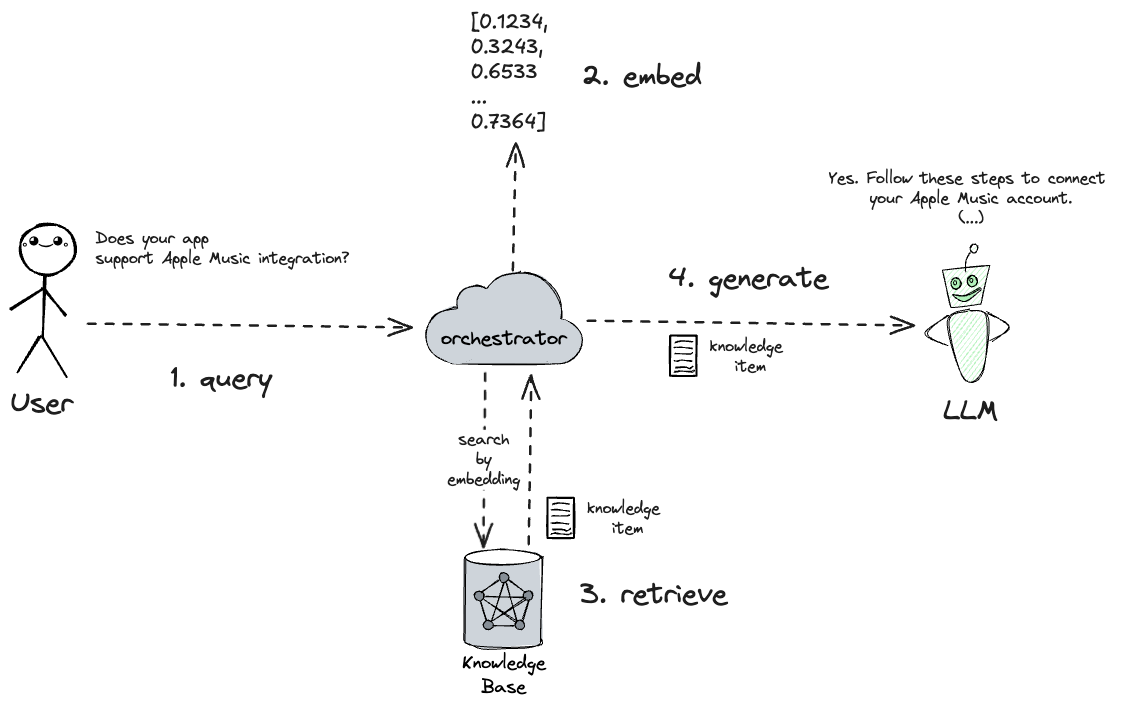
This is zurich-azure-ug-2025/graphics/rag-basic.excalidraw.png from filipw/filipw.github.io, a Excalidraw export, as it was before one commit. Source tidied: one line per element, renumbered; positions are measured from the earlier drawing's top-left corner, leaving out a move shared by most shapes.
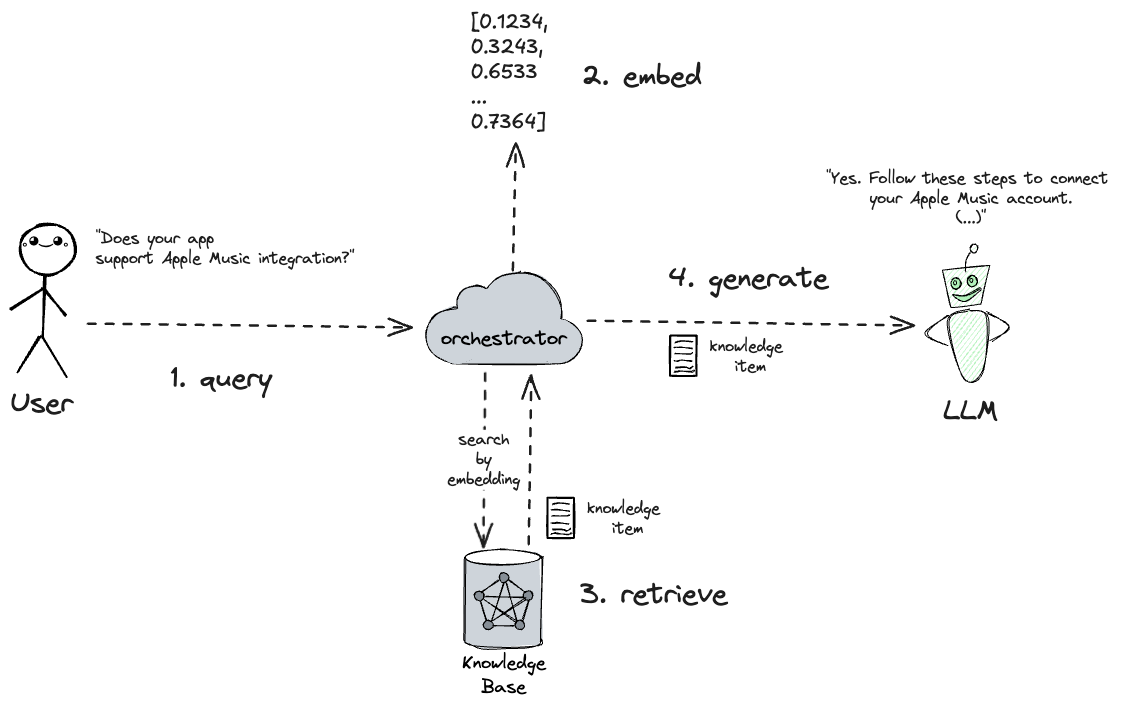
The same file after the commit.

Commit message:
more clean up in style, fixed one more slide and some diagrams

The edit, as a diff of the source:
```diff
@@ -48,7 +48,7 @@
 {"id": 47, "type": "text", "text": "｡◕‿◕｡", "strokeColor": "#000000", "strokeWidth": 1, "roughness": 1, "fontSize": 15.28, "fontFamily": 1, "x": 11, "y": 220, "width": 49, "height": 22}
 {"id": 48, "type": "text", "text": "User", "strokeColor": "#1e1e1e", "backgroundColor": "#b2f2bb", "fillStyle": "solid", "strokeWidth": 2, "roughness": 1, "fontSize": 28, "fontFamily": 1, "x": 0, "y": 376, "width": 63, "height": 35}
 {"id": 49, "type": "arrow", "strokeColor": "#1e1e1e", "backgroundColor": "#b2f2bb", "fillStyle": "solid", "strokeWidth": 2, "strokeStyle": "dashed", "roughness": 1, "endArrowhead": "arrow", "round": true, "to": 20, "x": 77, "y": 314, "width": 325, "height": 3, "points": [[0, 0], [325, 3]]}
-{"id": 50, "type": "text", "text": "Does your app\nsupport Apple Music integration?", "strokeColor": "#1e1e1e", "backgroundColor": "#b2f2bb", "fillStyle": "solid", "strokeWidth": 2, "strokeStyle": "dashed", "roughness": 1, "fontSize": 16, "fontFamily": 1, "x": 85, "y": 219, "width": 254, "height": 40}
+{"id": 50, "type": "text", "text": "\"Does your app\nsupport Apple Music integration?\"", "strokeColor": "#1e1e1e", "backgroundColor": "#b2f2bb", "fillStyle": "solid", "strokeWidth": 2, "strokeStyle": "dashed", "roughness": 1, "fontSize": 16, "fontFamily": 1, "x": 85, "y": 219, "width": 259, "height": 40}
 {"id": 51, "type": "arrow", "strokeColor": "#1e1e1e", "backgroundColor": "#b2f2bb", "fillStyle": "solid", "strokeWidth": 2, "strokeStyle": "dashed", "roughness": 1, "endArrowhead": "arrow", "round": true, "from": 27, "to": 2, "x": 474, "y": 363, "width": 1, "height": 173, "points": [[0, 0], [-1, 173]]}
 {"id": 52, "type": "text", "text": "search\nby\nembedding", "strokeColor": "#1e1e1e", "backgroundColor": "#b2f2bb", "fillStyle": "solid", "strokeWidth": 2, "strokeStyle": "dashed", "roughness": 1, "fontSize": 16, "fontFamily": 1, "textAlign": "center", "verticalAlign": "middle", "inside": 51, "x": 437, "y": 420, "width": 73, "height": 60}
 {"id": 53, "type": "arrow", "strokeColor": "#1e1e1e", "backgroundColor": "#b2f2bb", "fillStyle": "solid", "strokeWidth": 2, "strokeStyle": "dashed", "roughness": 1, "endArrowhead": "arrow", "round": true, "from": 2, "to": 24, "x": 518, "y": 534, "width": 3, "height": 169, "points": [[0, 0], [3, -169]]}
@@ -69,7 +69,7 @@
 {"id": 68, "type": "line", "strokeColor": "#000000", "backgroundColor": "#fff", "fillStyle": "solid", "strokeWidth": 1, "roughness": 1, "round": true, "x": 664, "y": 338, "width": 18, "height": 1, "points": [[0, 0], [7, 0], [18, 1]]}
 {"id": 69, "type": "line", "strokeColor": "#000000", "backgroundColor": "#fff", "fillStyle": "solid", "strokeWidth": 1, "roughness": 1, "round": true, "x": 664, "y": 351, "width": 18, "height": 1, "points": [[0, 0], [3, 1], [7, 0], [18, 1]]}
 {"id": 70, "type": "text", "text": "knowledge \nitem", "strokeColor": "#1e1e1e", "backgroundColor": "#b2f2bb", "fillStyle": "solid", "strokeWidth": 2, "strokeStyle": "dashed", "roughness": 1, "fontSize": 16, "fontFamily": 1, "textAlign": "center", "x": 700, "y": 326, "width": 81, "height": 40}
-{"id": 71, "type": "text", "text": "Yes. Follow these steps to connect \nyour Apple Music account.\n(...)", "strokeColor": "#1e1e1e", "backgroundColor": "#b2f2bb", "fillStyle": "solid", "strokeWidth": 2, "strokeStyle": "dashed", "roughness": 1, "fontSize": 16, "fontFamily": 1, "textAlign": "center", "x": 818, "y": 159, "width": 285, "height": 60}
+{"id": 71, "type": "text", "text": "\"Yes. Follow these steps to connect \nyour Apple Music account.\n(...)\"", "strokeColor": "#1e1e1e", "backgroundColor": "#b2f2bb", "fillStyle": "solid", "strokeWidth": 2, "strokeStyle": "dashed", "roughness": 1, "fontSize": 16, "fontFamily": 1, "textAlign": "center", "x": 816, "y": 159, "width": 290, "height": 60}
 {"id": 72, "type": "text", "text": "1. query", "strokeColor": "#1e1e1e", "strokeWidth": 2, "roughness": 1, "fontSize": 28, "fontFamily": 1, "x": 161, "y": 351, "width": 101, "height": 35}
 {"id": 73, "type": "text", "text": "3. retrieve", "strokeColor": "#1e1e1e", "strokeWidth": 2, "roughness": 1, "fontSize": 28, "fontFamily": 1, "x": 570, "y": 568, "width": 147, "height": 35}
 {"id": 74, "type": "text", "text": "4. generate", "strokeColor": "#1e1e1e", "strokeWidth": 2, "roughness": 1, "fontSize": 28, "fontFamily": 1, "x": 659, "y": 252, "width": 159, "height": 35}
```
